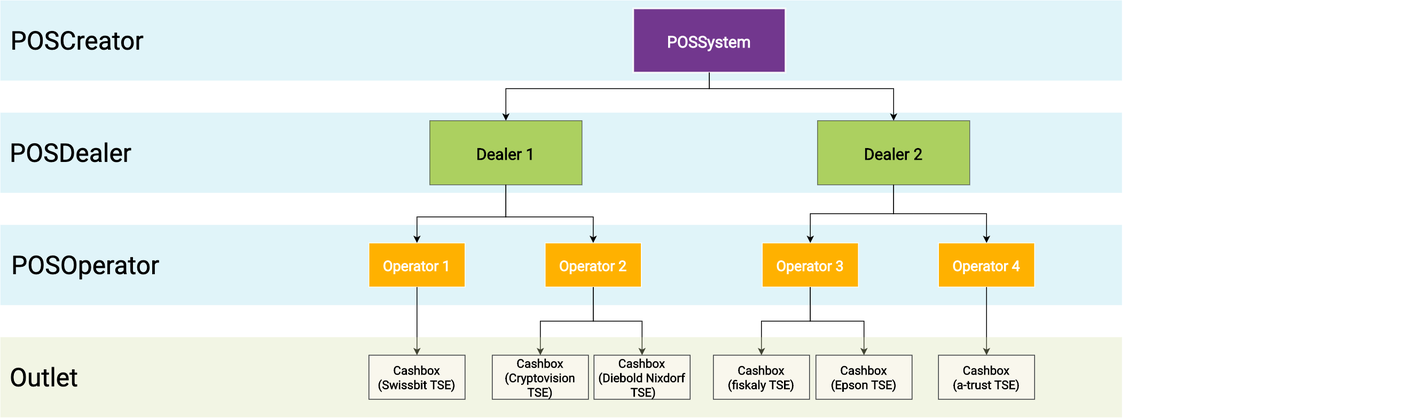
This is for-posdealers/presentation/sales/media/rollen.png from fiskaltrust/productdescription-de-doc, a draw.io export, as it was before one commit. Source tidied: cells renumbered, new cells last; positions are measured from the earlier drawing's top-left corner, leaving out a move shared by most shapes.
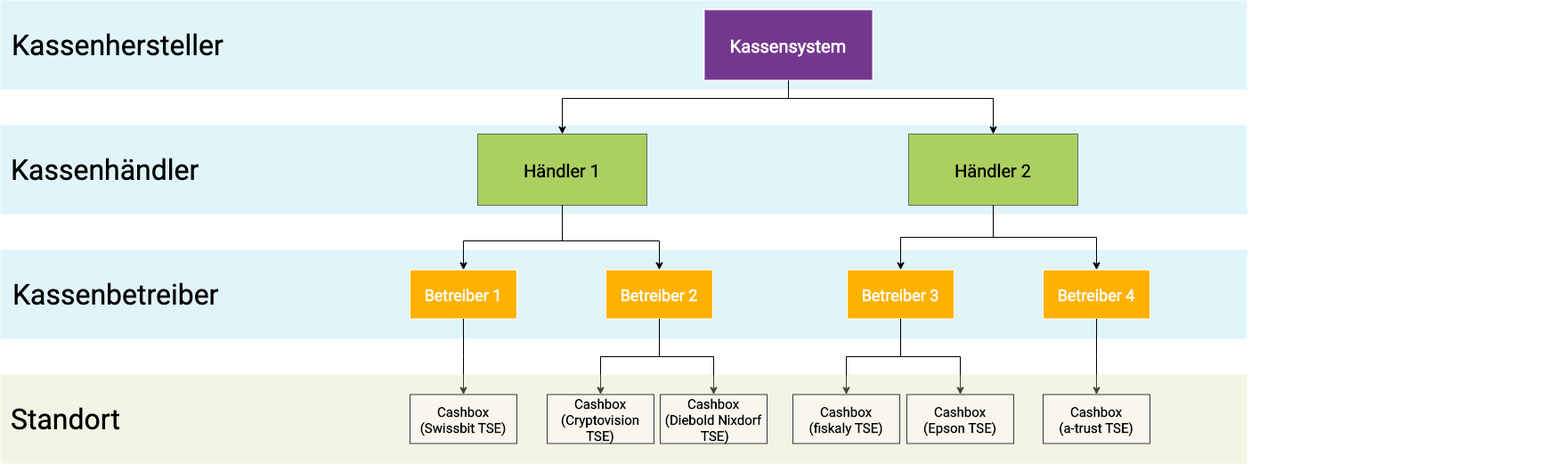
Later version of the same file.

What changed in the source:
```diff
@@ -8,10 +8,10 @@
     <mxCell id="3" style="strokeColor=none;opacity=30;fillColor=#99dceb;" parent="2" vertex="1">
       <mxGeometry width="1400" height="100" as="geometry" />
     </mxCell>
-    <mxCell id="4" value="&lt;p&gt;&lt;font face=&quot;Roboto&quot; style=&quot;font-size: 32px&quot;&gt;POSCreator&lt;/font&gt;&lt;/p&gt;" style="text;html=1;strokeColor=none;fillColor=none;align=left;verticalAlign=middle;whiteSpace=wrap;rounded=0;" parent="2" vertex="1">
+    <mxCell id="4" value="&lt;p&gt;&lt;font face=&quot;Roboto&quot; style=&quot;font-size: 32px&quot;&gt;Kassenhersteller&lt;/font&gt;&lt;/p&gt;" style="text;html=1;strokeColor=none;fillColor=none;align=left;verticalAlign=middle;whiteSpace=wrap;rounded=0;" parent="2" vertex="1">
       <mxGeometry x="11" y="40" width="270" height="20" as="geometry" />
     </mxCell>
-    <mxCell id="5" value="POSSystem" style="rounded=0;gradientColor=none;fontColor=#FFFFFF;fontStyle=1;fontFamily=Roboto;fontSize=20;fillColor=#672483;opacity=90;strokeColor=#FFFFFF;strokeWidth=2;fontSource=https%3A%2F%2Ffonts.googleapis.com%2Fcss%3Ffamily%3DRoboto;" parent="2" vertex="1">
+    <mxCell id="5" value="Kassensystem" style="rounded=0;gradientColor=none;fontColor=#FFFFFF;fontStyle=1;fontFamily=Roboto;fontSize=20;fillColor=#672483;opacity=90;strokeColor=#FFFFFF;strokeWidth=2;fontSource=https%3A%2F%2Ffonts.googleapis.com%2Fcss%3Ffamily%3DRoboto;" parent="2" vertex="1">
       <mxGeometry x="790" y="10" width="190" height="80" as="geometry" />
     </mxCell>
     <mxCell id="6" style="group;align=left;" parent="1" vertex="1">
@@ -20,10 +20,10 @@
     <mxCell id="7" style="strokeColor=none;opacity=30;fillColor=#99dceb;" parent="6" vertex="1">
       <mxGeometry width="1400" height="100" as="geometry" />
     </mxCell>
-    <mxCell id="8" value="&lt;p&gt;&lt;font face=&quot;Roboto&quot; style=&quot;font-size: 32px&quot;&gt;POSDealer&lt;/font&gt;&lt;/p&gt;" style="text;html=1;strokeColor=none;fillColor=none;align=left;verticalAlign=middle;whiteSpace=wrap;rounded=0;" parent="6" vertex="1">
+    <mxCell id="8" value="&lt;p&gt;&lt;font face=&quot;Roboto&quot; style=&quot;font-size: 32px&quot;&gt;Kassenhändler&lt;/font&gt;&lt;/p&gt;" style="text;html=1;strokeColor=none;fillColor=none;align=left;verticalAlign=middle;whiteSpace=wrap;rounded=0;" parent="6" vertex="1">
       <mxGeometry x="10" y="40" width="270" height="20" as="geometry" />
     </mxCell>
-    <mxCell id="9" value="Dealer 2" style="rounded=0;strokeColor=#36393d;fontStyle=1;fontFamily=Roboto;fontSize=20;fillColor=#96c11f;opacity=70;fontSource=https%3A%2F%2Ffonts.googleapis.com%2Fcss%3Ffamily%3DRoboto;" parent="6" vertex="1">
+    <mxCell id="9" value="Händler 2" style="rounded=0;strokeColor=#36393d;fontStyle=1;fontFamily=Roboto;fontSize=20;fillColor=#96c11f;opacity=70;fontSource=https%3A%2F%2Ffonts.googleapis.com%2Fcss%3Ffamily%3DRoboto;" parent="6" vertex="1">
       <mxGeometry x="1020" y="10" width="190" height="80" as="geometry" />
     </mxCell>
     <mxCell id="10" style="group;align=left;" parent="1" vertex="1">
@@ -32,19 +32,19 @@
     <mxCell id="11" style="strokeColor=none;opacity=30;fillColor=#99dceb;" parent="10" vertex="1">
       <mxGeometry width="1400" height="100" as="geometry" />
     </mxCell>
-    <mxCell id="12" value="&lt;p&gt;&lt;font face=&quot;Roboto&quot; style=&quot;font-size: 32px&quot;&gt;POSOperator&lt;/font&gt;&lt;/p&gt;" style="text;html=1;strokeColor=none;fillColor=none;align=left;verticalAlign=middle;whiteSpace=wrap;rounded=0;" parent="10" vertex="1">
+    <mxCell id="12" value="&lt;p&gt;&lt;font face=&quot;Roboto&quot; style=&quot;font-size: 32px&quot;&gt;Kassenbetreiber&lt;/font&gt;&lt;/p&gt;" style="text;html=1;strokeColor=none;fillColor=none;align=left;verticalAlign=middle;whiteSpace=wrap;rounded=0;" parent="10" vertex="1">
       <mxGeometry x="12" y="40" width="270" height="20" as="geometry" />
     </mxCell>
-    <mxCell id="13" value="Operator 1" style="rounded=0;fontStyle=1;fontFamily=Roboto;fontSize=18;fontColor=#ffffff;strokeColor=#FFFFFF;fillColor=#ffb100;fontSource=https%3A%2F%2Ffonts.googleapis.com%2Fcss%3Ffamily%3DRoboto;" parent="10" vertex="1">
+    <mxCell id="13" value="Betreiber 1" style="rounded=0;fontStyle=1;fontFamily=Roboto;fontSize=18;fontColor=#ffffff;strokeColor=#FFFFFF;fillColor=#ffb100;fontSource=https%3A%2F%2Ffonts.googleapis.com%2Fcss%3Ffamily%3DRoboto;" parent="10" vertex="1">
       <mxGeometry x="460" y="22.5" width="120" height="55" as="geometry" />
     </mxCell>
-    <mxCell id="14" value="Operator 2" style="rounded=0;fontStyle=1;fontFamily=Roboto;fontSize=18;fontColor=#ffffff;strokeColor=#FFFFFF;fillColor=#ffb100;fontSource=https%3A%2F%2Ffonts.googleapis.com%2Fcss%3Ffamily%3DRoboto;" parent="10" vertex="1">
+    <mxCell id="14" value="Betreiber 2" style="rounded=0;fontStyle=1;fontFamily=Roboto;fontSize=18;fontColor=#ffffff;strokeColor=#FFFFFF;fillColor=#ffb100;fontSource=https%3A%2F%2Ffonts.googleapis.com%2Fcss%3Ffamily%3DRoboto;" parent="10" vertex="1">
       <mxGeometry x="680" y="22.5" width="120" height="55" as="geometry" />
     </mxCell>
-    <mxCell id="15" value="Operator 3" style="rounded=0;fontStyle=1;fontFamily=Roboto;fontSize=18;fontColor=#ffffff;strokeColor=#FFFFFF;fillColor=#ffb100;fontSource=https%3A%2F%2Ffonts.googleapis.com%2Fcss%3Ffamily%3DRoboto;" parent="10" vertex="1">
+    <mxCell id="15" value="Betreiber 3" style="rounded=0;fontStyle=1;fontFamily=Roboto;fontSize=18;fontColor=#ffffff;strokeColor=#FFFFFF;fillColor=#ffb100;fontSource=https%3A%2F%2Ffonts.googleapis.com%2Fcss%3Ffamily%3DRoboto;" parent="10" vertex="1">
       <mxGeometry x="951" y="22.5" width="120" height="55" as="geometry" />
     </mxCell>
-    <mxCell id="16" value="Operator 4" style="rounded=0;fontStyle=1;fontFamily=Roboto;fontSize=18;fontColor=#ffffff;strokeColor=#FFFFFF;fillColor=#ffb100;fontSource=https%3A%2F%2Ffonts.googleapis.com%2Fcss%3Ffamily%3DRoboto;" parent="10" vertex="1">
+    <mxCell id="16" value="Betreiber 4" style="rounded=0;fontStyle=1;fontFamily=Roboto;fontSize=18;fontColor=#ffffff;strokeColor=#FFFFFF;fillColor=#ffb100;fontSource=https%3A%2F%2Ffonts.googleapis.com%2Fcss%3Ffamily%3DRoboto;" parent="10" vertex="1">
       <mxGeometry x="1171" y="22.5" width="120" height="55" as="geometry" />
     </mxCell>
     <mxCell id="17" style="edgeStyle=elbowEdgeStyle;elbow=vertical;strokeWidth=1;rounded=0;fontColor=#3399FF;fillColor=#dae8fc;entryX=0.5;entryY=0;entryDx=0;entryDy=0;exitX=0.5;exitY=1;exitDx=0;exitDy=0;" parent="1" edge="1" source="18" target="13">
@@ -54,7 +54,7 @@
         </Array>
       </mxGeometry>
     </mxCell>
-    <mxCell id="18" value="Dealer 1" style="rounded=0;strokeColor=#36393d;fontStyle=1;fontFamily=Roboto;fontSize=20;fillColor=#96c11f;opacity=70;fontSource=https%3A%2F%2Ffonts.googleapis.com%2Fcss%3Ffamily%3DRoboto;" parent="1" vertex="1">
+    <mxCell id="18" value="Händler 1" style="rounded=0;strokeColor=#36393d;fontStyle=1;fontFamily=Roboto;fontSize=20;fillColor=#96c11f;opacity=70;fontSource=https%3A%2F%2Ffonts.googleapis.com%2Fcss%3Ffamily%3DRoboto;" parent="1" vertex="1">
       <mxGeometry x="536" y="150" width="190" height="80" as="geometry" />
     </mxCell>
     <mxCell id="19" style="edgeStyle=elbowEdgeStyle;elbow=vertical;strokeWidth=1;rounded=0;fontColor=#3399FF;fillColor=#dae8fc;entryX=0.5;entryY=0;entryDx=0;entryDy=0;" parent="1" edge="1" source="5" target="18">
@@ -122,7 +122,7 @@
     <mxCell id="31" style="strokeColor=none;opacity=30;fillColor=#d5dfa5;" parent="30" vertex="1">
       <mxGeometry width="1400" height="100" as="geometry" />
     </mxCell>
-    <mxCell id="32" value="&lt;p&gt;&lt;font face=&quot;Roboto&quot; style=&quot;font-size: 32px&quot;&gt;Outlet&lt;/font&gt;&lt;/p&gt;" style="text;html=1;strokeColor=none;fillColor=none;align=left;verticalAlign=middle;whiteSpace=wrap;rounded=0;" parent="30" vertex="1">
+    <mxCell id="32" value="&lt;p&gt;&lt;font face=&quot;Roboto&quot; style=&quot;font-size: 32px&quot;&gt;Standort&lt;/font&gt;&lt;/p&gt;" style="text;html=1;strokeColor=none;fillColor=none;align=left;verticalAlign=middle;whiteSpace=wrap;rounded=0;" parent="30" vertex="1">
       <mxGeometry x="10" y="40" width="270" height="20" as="geometry" />
     </mxCell>
     <mxCell id="33" value="Cashbox&#10;(Swissbit TSE)" style="rounded=0;fillColor=#f9f7ed;fontStyle=1;fontFamily=Roboto;fontSize=15;strokeColor=#36393d;fontSource=https%3A%2F%2Ffonts.googleapis.com%2Fcss%3Ffamily%3DRoboto;" parent="30" vertex="1">
```
